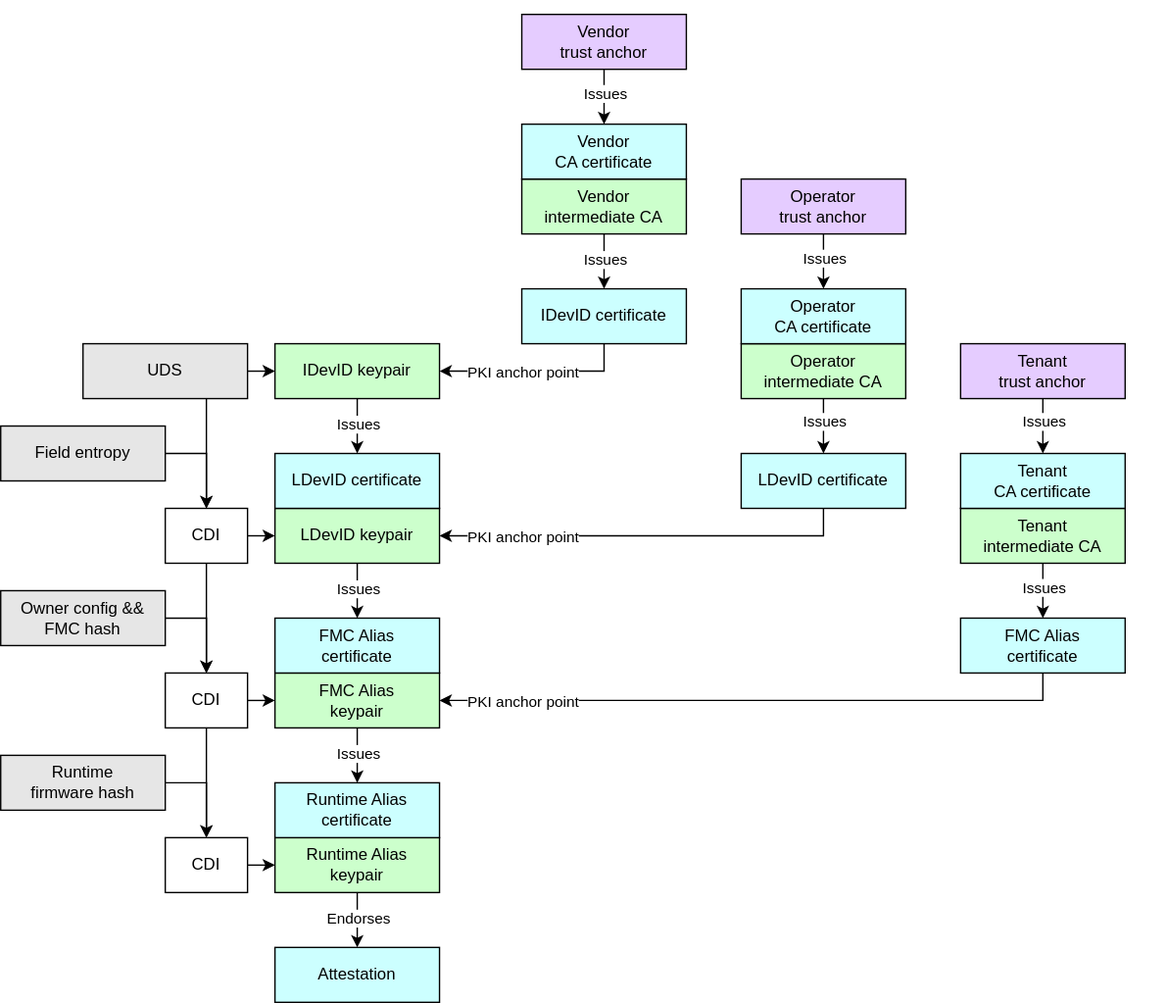
Earlier version of the draw.io export specifications/device-trust-anchor-management/diagrams/tenant_anchor_point.drawio.svg (opencomputeproject/Security). Source tidied: cells renumbered, new cells last; positions are measured from the earlier drawing's top-left corner, leaving out a move shared by most shapes.
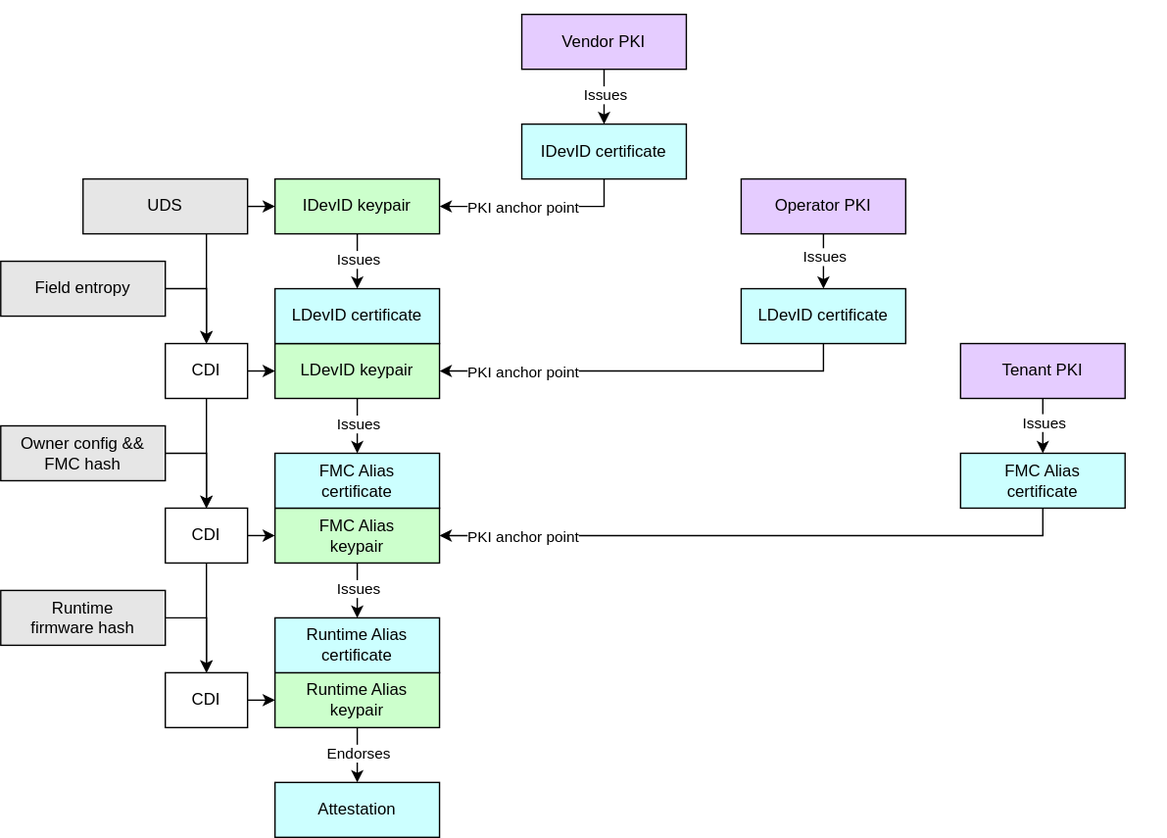
Above is the later version.

What changed in the source:
```diff
@@ -52,7 +52,7 @@
     <mxCell id="15" value="&lt;div&gt;&lt;font color=&quot;#000000&quot;&gt;FMC Alias&lt;/font&gt;&lt;/div&gt;&lt;div&gt;certificate&lt;/div&gt;" style="rounded=0;whiteSpace=wrap;html=1;align=center;verticalAlign=middle;shadow=0;glass=0;spacingLeft=0;spacingBottom=0;spacingTop=0;fillColor=#CCFFFF;" parent="1" vertex="1">
       <mxGeometry x="700" y="450" width="120" height="40" as="geometry" />
     </mxCell>
-    <mxCell id="16" style="edgeStyle=none;html=1;exitX=0.5;exitY=1;exitDx=0;exitDy=0;entryX=0.5;entryY=0;entryDx=0;entryDy=0;" parent="1" edge="1" source="18" target="15">
+    <mxCell id="16" style="edgeStyle=none;html=1;exitX=0.5;exitY=1;exitDx=0;exitDy=0;entryX=0.5;entryY=0;entryDx=0;entryDy=0;" parent="1" edge="1" source="22" target="15">
       <mxGeometry relative="1" as="geometry" />
     </mxCell>
     <mxCell id="17" value="Issues" style="edgeLabel;html=1;align=center;verticalAlign=middle;" parent="16" vertex="1">
@@ -60,20 +60,8 @@
         <mxPoint x="-1" as="offset" />
       </mxGeometry>
     </mxCell>
-    <mxCell id="18" value="Tenant&lt;div&gt;intermediate CA&lt;/div&gt;" style="rounded=0;whiteSpace=wrap;html=1;align=center;verticalAlign=middle;shadow=0;glass=0;spacingLeft=0;spacingBottom=0;spacingTop=0;fillColor=#CCFFCC;" parent="1" vertex="1">
-      <mxGeometry x="700" y="370" width="120" height="40" as="geometry" />
-    </mxCell>
-    <mxCell id="19" value="&lt;div&gt;&lt;font color=&quot;#000000&quot;&gt;Tenant&lt;/font&gt;&lt;/div&gt;&lt;div&gt;&lt;font color=&quot;#000000&quot;&gt;CA&amp;nbsp;&lt;/font&gt;&lt;span style=&quot;background-color: transparent;&quot;&gt;certificate&lt;/span&gt;&lt;/div&gt;" style="rounded=0;whiteSpace=wrap;html=1;align=center;verticalAlign=middle;shadow=0;glass=0;spacingLeft=0;spacingBottom=0;spacingTop=0;fillColor=#CCFFFF;" parent="1" vertex="1">
-      <mxGeometry x="700" y="330" width="120" height="40" as="geometry" />
-    </mxCell>
-    <mxCell id="20" style="edgeStyle=none;html=1;exitX=0.5;exitY=1;exitDx=0;exitDy=0;entryX=0.5;entryY=0;entryDx=0;entryDy=0;" parent="1" edge="1" source="22" target="19">
-      <mxGeometry relative="1" as="geometry" />
-    </mxCell>
-    <mxCell id="21" value="Issues" style="edgeLabel;html=1;align=center;verticalAlign=middle;" parent="20" vertex="1">
-      <mxGeometry x="-0.2" relative="1" as="geometry" />
-    </mxCell>
-    <mxCell id="22" value="Tenant&lt;br&gt;&lt;div&gt;trust anchor&lt;/div&gt;" style="rounded=0;whiteSpace=wrap;html=1;align=center;verticalAlign=middle;shadow=0;glass=0;spacingLeft=0;spacingBottom=0;spacingTop=0;fillColor=#E5CCFF;" parent="1" vertex="1">
-      <mxGeometry x="700" y="250" width="120" height="40" as="geometry" />
+    <mxCell id="22" value="Tenant PKI" style="rounded=0;whiteSpace=wrap;html=1;align=center;verticalAlign=middle;shadow=0;glass=0;spacingLeft=0;spacingBottom=0;spacingTop=0;fillColor=#E5CCFF;" parent="1" vertex="1">
+      <mxGeometry x="700" y="370" width="120" height="40" as="geometry" />
     </mxCell>
     <mxCell id="23" style="edgeStyle=none;html=1;exitX=0.5;exitY=1;exitDx=0;exitDy=0;entryX=0.5;entryY=0;entryDx=0;entryDy=0;" parent="1" edge="1" source="25" target="27">
       <mxGeometry relative="1" as="geometry" />
@@ -93,7 +81,7 @@
       <mxGeometry x="200" y="690" width="120" height="40" as="geometry" />
     </mxCell>
     <mxCell id="28" style="rounded=0;whiteSpace=wrap;html=1;align=center;verticalAlign=middle;shadow=0;glass=0;spacingLeft=0;spacingBottom=0;spacingTop=0;fillColor=#FFFFFF;fontSize=10;strokeColor=#FFFFFF;" parent="1" vertex="1">
-      <mxGeometry width="90" height="20" as="geometry" />
+      <mxGeometry y="120" width="90" height="20" as="geometry" />
     </mxCell>
     <mxCell id="29" style="edgeStyle=none;html=1;exitX=1;exitY=0.5;exitDx=0;exitDy=0;entryX=0;entryY=0.5;entryDx=0;entryDy=0;" parent="1" edge="1" source="31" target="12">
       <mxGeometry relative="1" as="geometry" />
@@ -157,7 +145,7 @@
     <mxCell id="48" value="&lt;div&gt;&lt;font color=&quot;#000000&quot;&gt;IDevID&amp;nbsp;&lt;/font&gt;&lt;span style=&quot;background-color: transparent;&quot;&gt;certificate&lt;/span&gt;&lt;/div&gt;" style="rounded=0;whiteSpace=wrap;html=1;align=center;verticalAlign=middle;shadow=0;glass=0;spacingLeft=0;spacingBottom=0;spacingTop=0;fillColor=#CCFFFF;" parent="1" vertex="1">
       <mxGeometry x="380" y="210" width="120" height="40" as="geometry" />
     </mxCell>
-    <mxCell id="49" style="edgeStyle=none;html=1;exitX=0.5;exitY=1;exitDx=0;exitDy=0;entryX=0.5;entryY=0;entryDx=0;entryDy=0;" parent="1" edge="1" source="51" target="48">
+    <mxCell id="49" style="edgeStyle=none;html=1;exitX=0.5;exitY=1;exitDx=0;exitDy=0;entryX=0.5;entryY=0;entryDx=0;entryDy=0;" parent="1" edge="1" source="55" target="48">
       <mxGeometry relative="1" as="geometry" />
     </mxCell>
     <mxCell id="50" value="Issues" style="edgeLabel;html=1;align=center;verticalAlign=middle;" parent="49" vertex="1">
@@ -165,20 +153,8 @@
         <mxPoint x="1" y="2" as="offset" />
       </mxGeometry>
     </mxCell>
-    <mxCell id="51" value="Vendor&lt;div&gt;intermediate CA&lt;/div&gt;" style="rounded=0;whiteSpace=wrap;html=1;align=center;verticalAlign=middle;shadow=0;glass=0;spacingLeft=0;spacingBottom=0;spacingTop=0;fillColor=#CCFFCC;" parent="1" vertex="1">
-      <mxGeometry x="380" y="130" width="120" height="40" as="geometry" />
-    </mxCell>
-    <mxCell id="52" value="&lt;div&gt;&lt;font color=&quot;#000000&quot;&gt;Vendor&lt;/font&gt;&lt;/div&gt;&lt;div&gt;&lt;font color=&quot;#000000&quot;&gt;CA&amp;nbsp;&lt;/font&gt;&lt;span style=&quot;background-color: transparent;&quot;&gt;certificate&lt;/span&gt;&lt;/div&gt;" style="rounded=0;whiteSpace=wrap;html=1;align=center;verticalAlign=middle;shadow=0;glass=0;spacingLeft=0;spacingBottom=0;spacingTop=0;fillColor=#CCFFFF;" parent="1" vertex="1">
-      <mxGeometry x="380" y="90" width="120" height="40" as="geometry" />
-    </mxCell>
-    <mxCell id="53" style="edgeStyle=none;html=1;exitX=0.5;exitY=1;exitDx=0;exitDy=0;entryX=0.5;entryY=0;entryDx=0;entryDy=0;" parent="1" edge="1" source="55" target="52">
-      <mxGeometry relative="1" as="geometry" />
-    </mxCell>
-    <mxCell id="54" value="Issues" style="edgeLabel;html=1;align=center;verticalAlign=middle;labelBackgroundColor=#FFFFFF;" parent="53" vertex="1">
-      <mxGeometry x="-0.15" relative="1" as="geometry" />
-    </mxCell>
-    <mxCell id="55" value="Vendor&lt;div&gt;trust anchor&lt;/div&gt;" style="rounded=0;whiteSpace=wrap;html=1;align=center;verticalAlign=middle;shadow=0;glass=0;spacingLeft=0;spacingBottom=0;spacingTop=0;fillColor=#E5CCFF;" parent="1" vertex="1">
-      <mxGeometry x="380" y="10" width="120" height="40" as="geometry" />
+    <mxCell id="55" value="Vendor PKI" style="rounded=0;whiteSpace=wrap;html=1;align=center;verticalAlign=middle;shadow=0;glass=0;spacingLeft=0;spacingBottom=0;spacingTop=0;fillColor=#E5CCFF;" parent="1" vertex="1">
+      <mxGeometry x="380" y="130" width="120" height="40" as="geometry" />
     </mxCell>
     <mxCell id="56" style="edgeStyle=orthogonalEdgeStyle;html=1;exitX=0.5;exitY=1;exitDx=0;exitDy=0;entryX=1;entryY=0.5;entryDx=0;entryDy=0;rounded=0;" parent="1" edge="1" source="58" target="8">
       <mxGeometry relative="1" as="geometry" />
@@ -191,31 +167,17 @@
     <mxCell id="58" value="&lt;div&gt;&lt;font color=&quot;#000000&quot;&gt;LDevID certificate&lt;/font&gt;&lt;/div&gt;" style="rounded=0;whiteSpace=wrap;html=1;align=center;verticalAlign=middle;shadow=0;glass=0;spacingLeft=0;spacingBottom=0;spacingTop=0;fillColor=#CCFFFF;" parent="1" vertex="1">
       <mxGeometry x="540" y="330" width="120" height="40" as="geometry" />
     </mxCell>
-    <mxCell id="59" style="edgeStyle=none;html=1;exitX=0.5;exitY=1;exitDx=0;exitDy=0;entryX=0.5;entryY=0;entryDx=0;entryDy=0;" parent="1" edge="1" source="61" target="58">
+    <mxCell id="59" style="edgeStyle=none;html=1;exitX=0.5;exitY=1;exitDx=0;exitDy=0;entryX=0.5;entryY=0;entryDx=0;entryDy=0;" parent="1" edge="1" source="65" target="58">
       <mxGeometry relative="1" as="geometry" />
     </mxCell>
     <mxCell id="60" value="Issues" style="edgeLabel;html=1;align=center;verticalAlign=middle;" parent="59" vertex="1">
       <mxGeometry x="-0.2" relative="1" as="geometry" />
     </mxCell>
-    <mxCell id="61" value="Operator&lt;div&gt;intermediate CA&lt;/div&gt;" style="rounded=0;whiteSpace=wrap;html=1;align=center;verticalAlign=middle;shadow=0;glass=0;spacingLeft=0;spacingBottom=0;spacingTop=0;fillColor=#CCFFCC;" parent="1" vertex="1">
-      <mxGeometry x="540" y="250" width="120" height="40" as="geometry" />
-    </mxCell>
-    <mxCell id="62" value="&lt;div&gt;&lt;font color=&quot;#000000&quot;&gt;Operator&lt;/font&gt;&lt;/div&gt;&lt;div&gt;&lt;font color=&quot;#000000&quot;&gt;CA&amp;nbsp;&lt;/font&gt;&lt;span style=&quot;background-color: transparent;&quot;&gt;certificate&lt;/span&gt;&lt;/div&gt;" style="rounded=0;whiteSpace=wrap;html=1;align=center;verticalAlign=middle;shadow=0;glass=0;spacingLeft=0;spacingBottom=0;spacingTop=0;fillColor=#CCFFFF;" parent="1" vertex="1">
-      <mxGeometry x="540" y="210" width="120" height="40" as="geometry" />
-    </mxCell>
-    <mxCell id="63" style="edgeStyle=none;html=1;exitX=0.5;exitY=1;exitDx=0;exitDy=0;entryX=0.5;entryY=0;entryDx=0;entryDy=0;" parent="1" edge="1" source="65" target="62">
-      <mxGeometry relative="1" as="geometry" />
-    </mxCell>
-    <mxCell id="64" value="Issues" style="edgeLabel;html=1;align=center;verticalAlign=middle;" parent="63" vertex="1">
-      <mxGeometry x="-0.15" y="1" relative="1" as="geometry">
-        <mxPoint x="-1" as="offset" />
-      </mxGeometry>
-    </mxCell>
-    <mxCell id="65" value="Operator&lt;div&gt;trust anchor&lt;/div&gt;" style="rounded=0;whiteSpace=wrap;html=1;align=center;verticalAlign=middle;shadow=0;glass=0;spacingLeft=0;spacingBottom=0;spacingTop=0;fillColor=#E5CCFF;" parent="1" vertex="1">
-      <mxGeometry x="540" y="130" width="120" height="40" as="geometry" />
+    <mxCell id="65" value="Operator PKI" style="rounded=0;whiteSpace=wrap;html=1;align=center;verticalAlign=middle;shadow=0;glass=0;spacingLeft=0;spacingBottom=0;spacingTop=0;fillColor=#E5CCFF;" parent="1" vertex="1">
+      <mxGeometry x="540" y="250" width="120" height="40" as="geometry" />
     </mxCell>
     <mxCell id="66" style="rounded=0;whiteSpace=wrap;html=1;align=center;verticalAlign=middle;shadow=0;glass=0;spacingLeft=0;spacingBottom=0;spacingTop=0;fillColor=#FFFFFF;fontSize=10;strokeColor=#FFFFFF;" parent="1" vertex="1">
-      <mxGeometry x="760" width="90" height="20" as="geometry" />
+      <mxGeometry x="760" y="120" width="90" height="20" as="geometry" />
     </mxCell>
   </root>
 </mxGraphModel>
```
